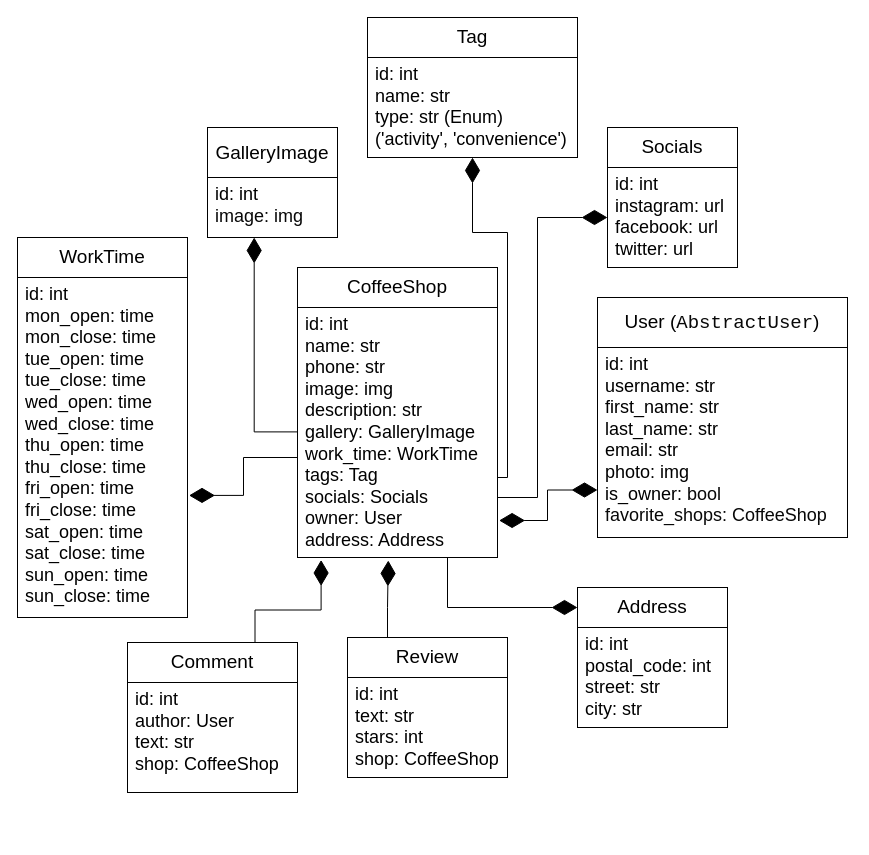
haldaniko/coffee-shop-catalogue keeps this draw.io diagram as db_diagram.drawio. Above is the earlier version. Source tidied: cells renumbered, new cells numbered last; positions are measured from the earlier drawing's top-left corner, leaving out a move shared by most shapes. Both pictures are drawn from the tidied source at 100%, with x=0, y=0 at pixel (17, 17).
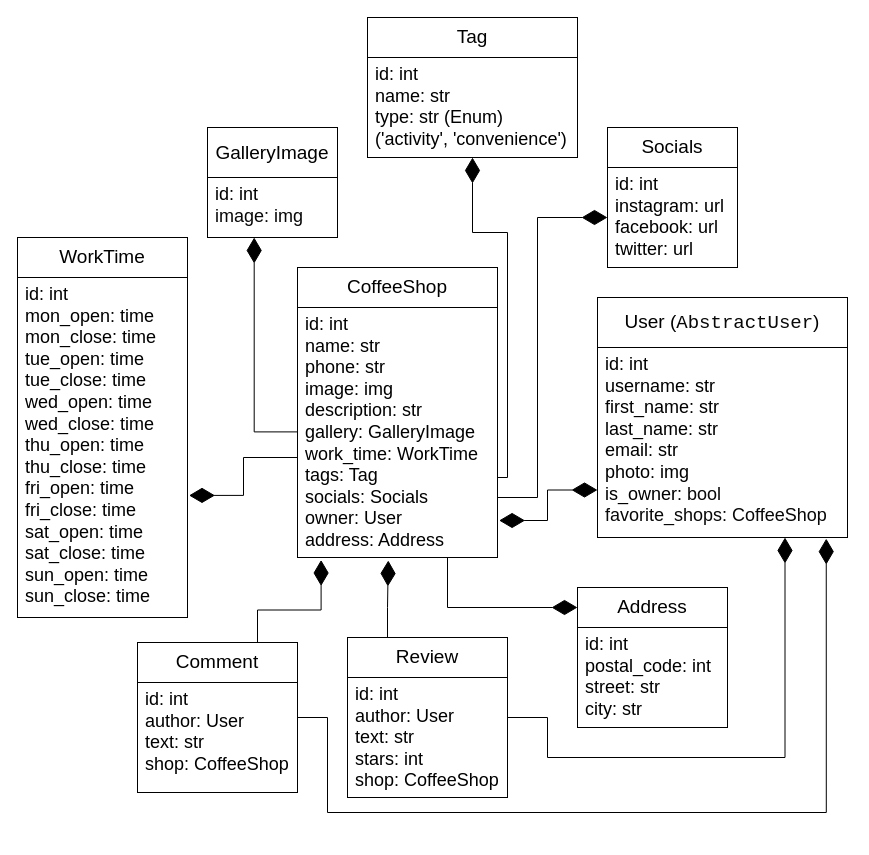
Above is the later version.

The change refers to these unchanged cells:
```xml
<mxCell id="16" value="&lt;font style=&quot;font-size: 18px;&quot;&gt;id: int&lt;br style=&quot;font-size: 18px;&quot;&gt;username: str&lt;br style=&quot;font-size: 18px;&quot;&gt;first_name: str&lt;br style=&quot;font-size: 18px;&quot;&gt;last_name: str&lt;br style=&quot;font-size: 18px;&quot;&gt;email: str&lt;br style=&quot;font-size: 18px;&quot;&gt;photo: img&lt;br style=&quot;font-size: 18px;&quot;&gt;is_owner:&amp;nbsp;&lt;/font&gt;&lt;span style=&quot;background-color: rgb(255, 255, 255); color: rgb(8, 8, 8); font-size: 18px;&quot;&gt;bool&lt;br style=&quot;font-size: 18px;&quot;&gt;&lt;/span&gt;&lt;span style=&quot;background-color: rgb(255, 255, 255); color: rgb(8, 8, 8); font-size: 18px;&quot;&gt;favorite_shops: CoffeeShop&amp;nbsp;&lt;br style=&quot;font-size: 18px;&quot;&gt;&lt;/span&gt;" style="rounded=0;whiteSpace=wrap;html=1;fontSize=18;align=left;verticalAlign=top;spacingLeft=6;direction=south;" parent="1" vertex="1">
  <mxGeometry x="580" y="330" width="250" height="190" as="geometry" />
</mxCell>
```

The edit, as a diff of the source:
```diff
@@
     <mxCell id="14" value="&lt;p style=&quot;line-height: 100%;&quot;&gt;&lt;span style=&quot;font-size: 19px;&quot;&gt;Comment&lt;/span&gt;&lt;/p&gt;" style="rounded=0;whiteSpace=wrap;html=1;" parent="1" vertex="1">
-      <mxGeometry x="110" y="625" width="170" height="40" as="geometry" />
+      <mxGeometry x="120" y="625" width="160" height="40" as="geometry" />
     </mxCell>
@@
+    <mxCell id="28" style="edgeStyle=orthogonalEdgeStyle;rounded=0;jettySize=auto;html=1;exitX=1;exitY=0.25;exitDx=0;exitDy=0;entryX=1;entryY=0.25;entryDx=0;entryDy=0;endArrow=diamondThin;endFill=1;endSize=23;startSize=23;" parent="1" edge="1" source="20" target="16">
+      <mxGeometry relative="1" as="geometry">
+        <Array as="points">
+          <mxPoint x="490" y="700" />
+          <mxPoint x="530" y="700" />
+          <mxPoint x="530" y="740" />
+          <mxPoint x="768" y="740" />
+        </Array>
+      </mxGeometry>
+    </mxCell>
-    <mxCell id="20" value="id: int&lt;br style=&quot;font-size: 18px;&quot;&gt;&lt;div style=&quot;font-size: 18px;&quot;&gt;&lt;span style=&quot;background-color: initial; font-size: 18px;&quot;&gt;text: str&lt;/span&gt;&lt;/div&gt;&lt;div style=&quot;font-size: 18px;&quot;&gt;stars: int&lt;br style=&quot;font-size: 18px;&quot;&gt;shop: CoffeeShop&lt;/div&gt;" style="rounded=0;whiteSpace=wrap;html=1;fontSize=18;spacingLeft=6;align=left;verticalAlign=top;" parent="1" vertex="1">
-      <mxGeometry x="330" y="660" width="160" height="100" as="geometry" />
+    <mxCell id="20" value="id: int&lt;br style=&quot;font-size: 18px;&quot;&gt;&lt;div style=&quot;font-size: 18px;&quot;&gt;author: User&lt;br&gt;&lt;span style=&quot;background-color: initial; font-size: 18px;&quot;&gt;text: str&lt;/span&gt;&lt;/div&gt;&lt;div style=&quot;font-size: 18px;&quot;&gt;stars: int&lt;br style=&quot;font-size: 18px;&quot;&gt;shop: CoffeeShop&lt;/div&gt;" style="rounded=0;whiteSpace=wrap;html=1;fontSize=18;spacingLeft=6;align=left;verticalAlign=top;" parent="1" vertex="1">
+      <mxGeometry x="330" y="660" width="160" height="120" as="geometry" />
     </mxCell>
+    <mxCell id="29" style="edgeStyle=orthogonalEdgeStyle;rounded=0;jettySize=auto;html=1;exitX=1;exitY=0.25;exitDx=0;exitDy=0;entryX=1.006;entryY=0.085;entryDx=0;entryDy=0;entryPerimeter=0;endArrow=diamondThin;endFill=1;startSize=23;endSize=23;" parent="1" edge="1" source="21" target="16">
+      <mxGeometry relative="1" as="geometry">
+        <Array as="points">
+          <mxPoint x="280" y="700" />
+          <mxPoint x="310" y="700" />
+          <mxPoint x="310" y="795" />
+          <mxPoint x="809" y="795" />
+        </Array>
+      </mxGeometry>
+    </mxCell>
     <mxCell id="21" value="&lt;span style=&quot;font-size: 18px;&quot;&gt;id: int&lt;br style=&quot;font-size: 18px;&quot;&gt;author: User&lt;br style=&quot;font-size: 18px;&quot;&gt;text: str&lt;br style=&quot;font-size: 18px;&quot;&gt;shop: CoffeeShop&lt;br style=&quot;font-size: 18px;&quot;&gt;&lt;/span&gt;&lt;span style=&quot;font-size: 18px;&quot;&gt;&lt;br style=&quot;font-size: 18px;&quot;&gt;&lt;/span&gt;" style="rounded=0;whiteSpace=wrap;html=1;fontSize=18;align=left;verticalAlign=top;spacingLeft=6;" parent="1" vertex="1">
-      <mxGeometry x="110" y="665" width="170" height="110" as="geometry" />
+      <mxGeometry x="120" y="665" width="160" height="110" as="geometry" />
     </mxCell>
```
